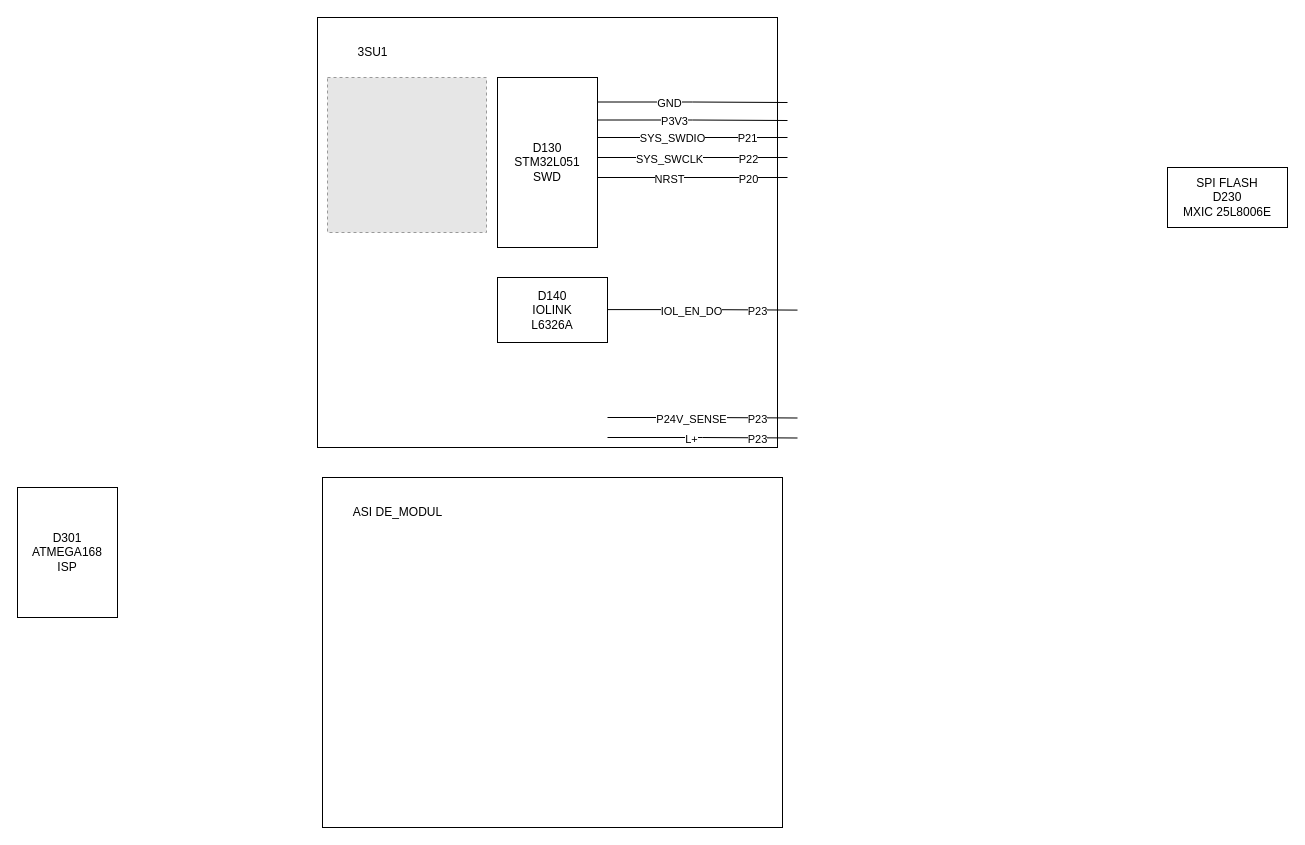
Before: Untitled Diagram.drawio in FilipPaul/drawIOFiles, a draw.io diagram. Source tidied: cells renumbered, new cells numbered last; positions are measured from the earlier drawing's top-left corner, leaving out a move shared by most shapes. Both pictures are drawn from the tidied source at 100%, with x=0, y=0 at pixel (17, 17). Pictures stored in the file or linked from it are replaced by grey dashed boxes.
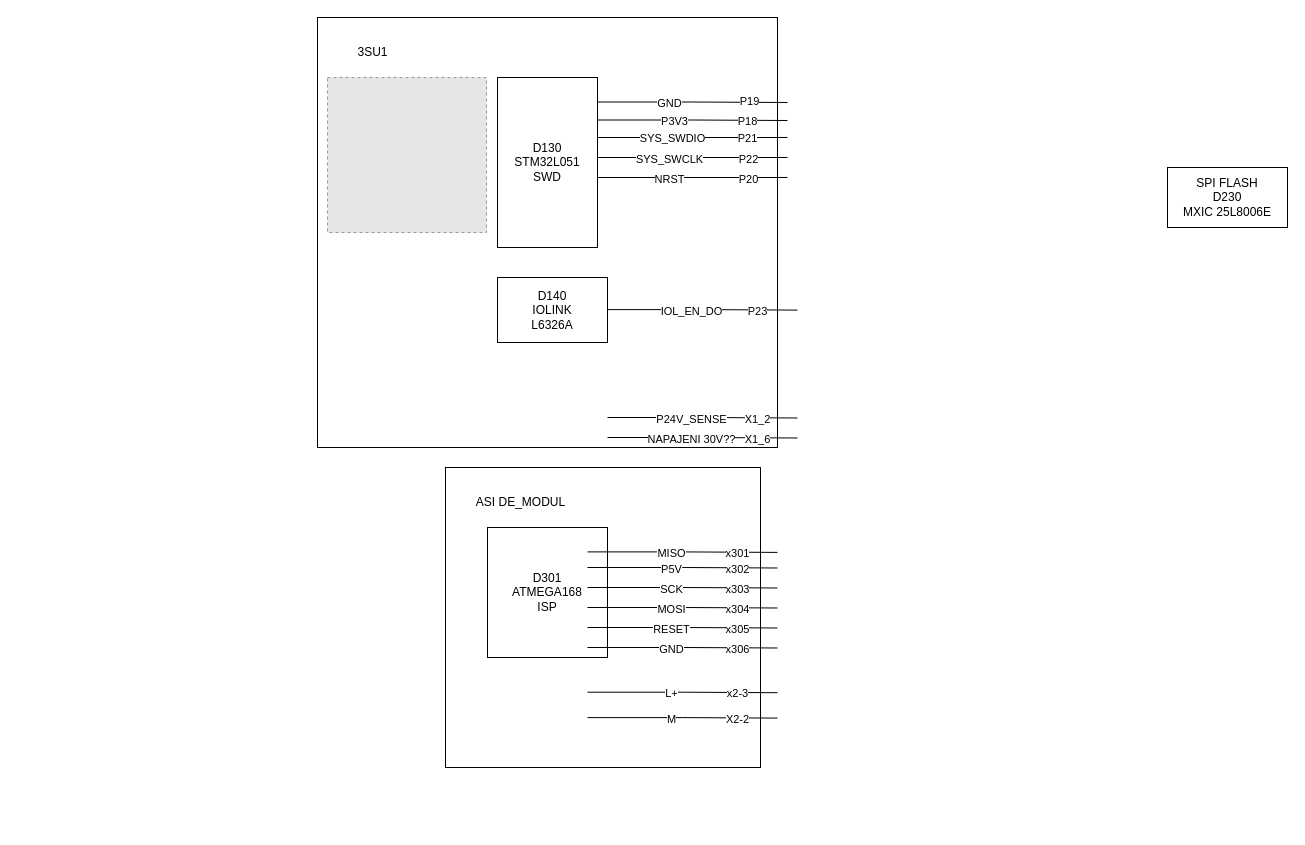
The same page after the edit.

Unchanged cells that the change refers to:
```xml
<mxCell id="5" style="edgeStyle=orthogonalEdgeStyle;rounded=0;jettySize=auto;html=1;exitX=1;exitY=0.25;exitDx=0;exitDy=0;endArrow=none;endFill=0;" parent="1" edge="1" source="10">
  <mxGeometry relative="1" as="geometry">
    <mxPoint x="770" y="103" as="targetPoint" />
    <Array as="points">
      <mxPoint x="675" y="103" />
      <mxPoint x="770" y="103" />
    </Array>
  </mxGeometry>
</mxCell>
<mxCell id="14" style="edgeStyle=orthogonalEdgeStyle;rounded=0;orthogonalLoop=1;jettySize=auto;html=1;exitX=1;exitY=0.5;exitDx=0;exitDy=0;endArrow=none;endFill=0;" parent="1" edge="1">
  <mxGeometry relative="1" as="geometry">
    <mxPoint x="580" y="84.5" as="sourcePoint" />
    <mxPoint x="770" y="85" as="targetPoint" />
    <Array as="points">
      <mxPoint x="675" y="85" />
      <mxPoint x="770" y="85" />
    </Array>
  </mxGeometry>
</mxCell>
<mxCell id="26" style="edgeStyle=orthogonalEdgeStyle;rounded=0;orthogonalLoop=1;jettySize=auto;html=1;exitX=1;exitY=0.5;exitDx=0;exitDy=0;endArrow=none;endFill=0;" parent="1" edge="1">
  <mxGeometry relative="1" as="geometry">
    <mxPoint x="590" y="400" as="sourcePoint" />
    <mxPoint x="780" y="400.5" as="targetPoint" />
    <Array as="points">
      <mxPoint x="685" y="400.5" />
      <mxPoint x="780" y="400.5" />
    </Array>
  </mxGeometry>
</mxCell>
<mxCell id="29" style="edgeStyle=orthogonalEdgeStyle;rounded=0;orthogonalLoop=1;jettySize=auto;html=1;exitX=1;exitY=0.5;exitDx=0;exitDy=0;endArrow=none;endFill=0;" parent="1" edge="1">
  <mxGeometry relative="1" as="geometry">
    <mxPoint x="590" y="420" as="sourcePoint" />
    <mxPoint x="780" y="420.5" as="targetPoint" />
    <Array as="points">
      <mxPoint x="685" y="420.5" />
      <mxPoint x="780" y="420.5" />
    </Array>
  </mxGeometry>
</mxCell>
```

The edit, as a diff of the source:
```diff
@@
+    <mxCell id="33" value="P18" style="edgeLabel;html=1;align=center;verticalAlign=middle;" parent="5" vertex="1">
+      <mxGeometry x="0.56" y="-1" relative="1" as="geometry">
+        <mxPoint x="2" as="offset" />
+      </mxGeometry>
+    </mxCell>
@@
+    <mxCell id="34" value="P19" style="edgeLabel;html=1;align=center;verticalAlign=middle;" parent="14" vertex="1">
+      <mxGeometry x="0.59" y="1" relative="1" as="geometry" />
+    </mxCell>
@@
     <mxCell id="24" style="rounded=0;whiteSpace=wrap;html=1;" parent="1" vertex="1">
-      <mxGeometry x="305" y="460" width="460" height="350" as="geometry" />
+      <mxGeometry x="428" y="450" width="315" height="300" as="geometry" />
     </mxCell>
     <mxCell id="25" value="ASI DE_MODUL" style="text;html=1;align=center;verticalAlign=middle;strokeColor=none;fillColor=none;" parent="1" vertex="1">
-      <mxGeometry x="325" y="480" width="110" height="30" as="geometry" />
+      <mxGeometry x="448" y="470" width="110" height="30" as="geometry" />
     </mxCell>
@@
-    <mxCell id="28" value="P23" style="edgeLabel;html=1;align=center;verticalAlign=middle;" parent="26" vertex="1">
+    <mxCell id="28" value="X1_2" style="edgeLabel;html=1;align=center;verticalAlign=middle;" parent="26" vertex="1">
       <mxGeometry x="0.58" y="-1" relative="1" as="geometry" />
     </mxCell>
@@
-    <mxCell id="30" value="L+" style="edgeLabel;html=1;align=center;verticalAlign=middle;" parent="29" vertex="1">
+    <mxCell id="30" value="NAPAJENI 30V??" style="edgeLabel;html=1;align=center;verticalAlign=middle;" parent="29" vertex="1">
       <mxGeometry x="-0.13" y="-1" relative="1" as="geometry" />
     </mxCell>
-    <mxCell id="31" value="P23" style="edgeLabel;html=1;align=center;verticalAlign=middle;" parent="29" vertex="1">
+    <mxCell id="31" value="X1_6" style="edgeLabel;html=1;align=center;verticalAlign=middle;" parent="29" vertex="1">
       <mxGeometry x="0.58" y="-1" relative="1" as="geometry" />
     </mxCell>
     <mxCell id="32" value="D301&lt;br&gt;ATMEGA168&lt;br&gt;ISP" style="rounded=0;whiteSpace=wrap;html=1;" parent="1" vertex="1">
-      <mxGeometry y="470" width="100" height="130" as="geometry" />
+      <mxGeometry x="470" y="510" width="120" height="130" as="geometry" />
     </mxCell>
+    <mxCell id="35" style="edgeStyle=orthogonalEdgeStyle;rounded=0;orthogonalLoop=1;jettySize=auto;html=1;exitX=1;exitY=0.5;exitDx=0;exitDy=0;endArrow=none;endFill=0;" parent="1" edge="1">
+      <mxGeometry relative="1" as="geometry">
+        <mxPoint x="570" y="534.4" as="sourcePoint" />
+        <mxPoint x="760" y="534.9" as="targetPoint" />
+        <Array as="points">
+          <mxPoint x="665" y="534.9" />
+          <mxPoint x="760" y="534.9" />
+        </Array>
+      </mxGeometry>
+    </mxCell>
+    <mxCell id="36" value="MISO" style="edgeLabel;html=1;align=center;verticalAlign=middle;" parent="35" vertex="1">
+      <mxGeometry x="-0.13" y="-1" relative="1" as="geometry" />
+    </mxCell>
+    <mxCell id="37" value="x301" style="edgeLabel;html=1;align=center;verticalAlign=middle;" parent="35" vertex="1">
+      <mxGeometry x="0.58" y="-1" relative="1" as="geometry" />
+    </mxCell>
+    <mxCell id="38" style="edgeStyle=orthogonalEdgeStyle;rounded=0;orthogonalLoop=1;jettySize=auto;html=1;exitX=1;exitY=0.5;exitDx=0;exitDy=0;endArrow=none;endFill=0;" parent="1" edge="1">
+      <mxGeometry relative="1" as="geometry">
+        <mxPoint x="570" y="550" as="sourcePoint" />
+        <mxPoint x="760" y="550.5" as="targetPoint" />
+        <Array as="points">
+          <mxPoint x="665" y="550.5" />
+          <mxPoint x="760" y="550.5" />
+        </Array>
+      </mxGeometry>
+    </mxCell>
+    <mxCell id="39" value="P5V" style="edgeLabel;html=1;align=center;verticalAlign=middle;" parent="38" vertex="1">
+      <mxGeometry x="-0.13" y="-1" relative="1" as="geometry" />
+    </mxCell>
+    <mxCell id="40" value="x302" style="edgeLabel;html=1;align=center;verticalAlign=middle;" parent="38" vertex="1">
+      <mxGeometry x="0.58" y="-1" relative="1" as="geometry" />
+    </mxCell>
+    <mxCell id="41" style="edgeStyle=orthogonalEdgeStyle;rounded=0;orthogonalLoop=1;jettySize=auto;html=1;exitX=1;exitY=0.5;exitDx=0;exitDy=0;endArrow=none;endFill=0;" parent="1" edge="1">
+      <mxGeometry x="0.16" y="-10" relative="1" as="geometry">
+        <mxPoint x="570" y="570" as="sourcePoint" />
+        <mxPoint x="760" y="570.5" as="targetPoint" />
+        <Array as="points">
+          <mxPoint x="665" y="570.5" />
+          <mxPoint x="760" y="570.5" />
+        </Array>
+      </mxGeometry>
+    </mxCell>
+    <mxCell id="42" value="SCK" style="edgeLabel;html=1;align=center;verticalAlign=middle;" parent="41" vertex="1">
+      <mxGeometry x="-0.13" y="-1" relative="1" as="geometry" />
+    </mxCell>
+    <mxCell id="43" value="x303" style="edgeLabel;html=1;align=center;verticalAlign=middle;" parent="41" vertex="1">
+      <mxGeometry x="0.58" y="-1" relative="1" as="geometry" />
+    </mxCell>
+    <mxCell id="44" style="edgeStyle=orthogonalEdgeStyle;rounded=0;orthogonalLoop=1;jettySize=auto;html=1;exitX=1;exitY=0.5;exitDx=0;exitDy=0;endArrow=none;endFill=0;" parent="1" edge="1">
+      <mxGeometry relative="1" as="geometry">
+        <mxPoint x="570" y="590" as="sourcePoint" />
+        <mxPoint x="760" y="590.5" as="targetPoint" />
+        <Array as="points">
+          <mxPoint x="665" y="590.5" />
+          <mxPoint x="760" y="590.5" />
+        </Array>
+      </mxGeometry>
+    </mxCell>
+    <mxCell id="45" value="MOSI" style="edgeLabel;html=1;align=center;verticalAlign=middle;" parent="44" vertex="1">
+      <mxGeometry x="-0.13" y="-1" relative="1" as="geometry" />
+    </mxCell>
+    <mxCell id="46" value="x304" style="edgeLabel;html=1;align=center;verticalAlign=middle;" parent="44" vertex="1">
+      <mxGeometry x="0.58" y="-1" relative="1" as="geometry" />
+    </mxCell>
+    <mxCell id="47" style="edgeStyle=orthogonalEdgeStyle;rounded=0;orthogonalLoop=1;jettySize=auto;html=1;exitX=1;exitY=0.5;exitDx=0;exitDy=0;endArrow=none;endFill=0;" parent="1" edge="1">
+      <mxGeometry relative="1" as="geometry">
+        <mxPoint x="570" y="610" as="sourcePoint" />
+        <mxPoint x="760" y="610.5" as="targetPoint" />
+        <Array as="points">
+          <mxPoint x="665" y="610.5" />
+          <mxPoint x="760" y="610.5" />
+        </Array>
+      </mxGeometry>
+    </mxCell>
+    <mxCell id="48" value="RESET" style="edgeLabel;html=1;align=center;verticalAlign=middle;" parent="47" vertex="1">
+      <mxGeometry x="-0.13" y="-1" relative="1" as="geometry" />
+    </mxCell>
+    <mxCell id="49" value="x305" style="edgeLabel;html=1;align=center;verticalAlign=middle;" parent="47" vertex="1">
+      <mxGeometry x="0.58" y="-1" relative="1" as="geometry" />
+    </mxCell>
+    <mxCell id="50" style="edgeStyle=orthogonalEdgeStyle;rounded=0;orthogonalLoop=1;jettySize=auto;html=1;exitX=1;exitY=0.5;exitDx=0;exitDy=0;endArrow=none;endFill=0;" parent="1" edge="1">
+      <mxGeometry relative="1" as="geometry">
+        <mxPoint x="570" y="630" as="sourcePoint" />
+        <mxPoint x="760" y="630.5" as="targetPoint" />
+        <Array as="points">
+          <mxPoint x="665" y="630.5" />
+          <mxPoint x="760" y="630.5" />
+        </Array>
+      </mxGeometry>
+    </mxCell>
+    <mxCell id="51" value="GND" style="edgeLabel;html=1;align=center;verticalAlign=middle;" parent="50" vertex="1">
+      <mxGeometry x="-0.13" y="-1" relative="1" as="geometry" />
+    </mxCell>
+    <mxCell id="52" value="x306" style="edgeLabel;html=1;align=center;verticalAlign=middle;" parent="50" vertex="1">
+      <mxGeometry x="0.58" y="-1" relative="1" as="geometry" />
+    </mxCell>
+    <mxCell id="53" style="edgeStyle=orthogonalEdgeStyle;rounded=0;orthogonalLoop=1;jettySize=auto;html=1;exitX=1;exitY=0.5;exitDx=0;exitDy=0;endArrow=none;endFill=0;" parent="1" edge="1">
+      <mxGeometry relative="1" as="geometry">
+        <mxPoint x="570" y="674.7" as="sourcePoint" />
+        <mxPoint x="760" y="675.2" as="targetPoint" />
+        <Array as="points">
+          <mxPoint x="665" y="675.2" />
+          <mxPoint x="760" y="675.2" />
+        </Array>
+      </mxGeometry>
+    </mxCell>
+    <mxCell id="54" value="L+" style="edgeLabel;html=1;align=center;verticalAlign=middle;" parent="53" vertex="1">
+      <mxGeometry x="-0.13" y="-1" relative="1" as="geometry" />
+    </mxCell>
+    <mxCell id="55" value="x2-3" style="edgeLabel;html=1;align=center;verticalAlign=middle;" parent="53" vertex="1">
+      <mxGeometry x="0.58" y="-1" relative="1" as="geometry" />
+    </mxCell>
+    <mxCell id="56" style="edgeStyle=orthogonalEdgeStyle;rounded=0;orthogonalLoop=1;jettySize=auto;html=1;exitX=1;exitY=0.5;exitDx=0;exitDy=0;endArrow=none;endFill=0;" parent="1" edge="1">
+      <mxGeometry relative="1" as="geometry">
+        <mxPoint x="570" y="700.1" as="sourcePoint" />
+        <mxPoint x="760" y="700.6" as="targetPoint" />
+        <Array as="points">
+          <mxPoint x="665" y="700.6" />
+          <mxPoint x="760" y="700.6" />
+        </Array>
+      </mxGeometry>
+    </mxCell>
+    <mxCell id="57" value="M" style="edgeLabel;html=1;align=center;verticalAlign=middle;" parent="56" vertex="1">
+      <mxGeometry x="-0.13" y="-1" relative="1" as="geometry" />
+    </mxCell>
+    <mxCell id="58" value="X2-2" style="edgeLabel;html=1;align=center;verticalAlign=middle;" parent="56" vertex="1">
+      <mxGeometry x="0.58" y="-1" relative="1" as="geometry" />
+    </mxCell>
```
